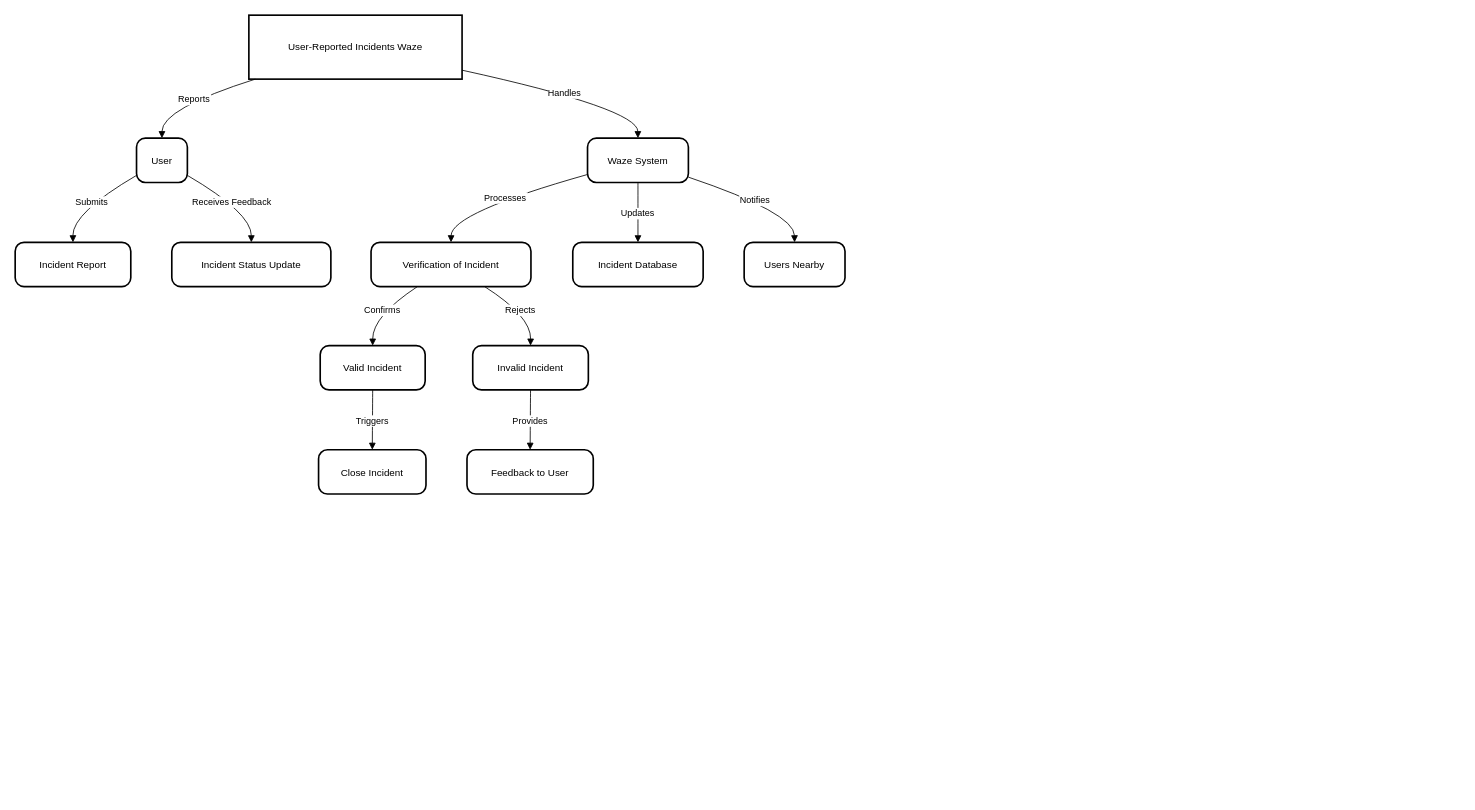
This is Diagrams/Requirement/Diagrama sem nome.drawio from luislamy/msp, a draw.io file, before an edit. Source tidied: cells renumbered, new cells numbered last; positions are measured from the earlier drawing's top-left corner, leaving out a move shared by most shapes. Both pictures are drawn from the tidied source at 82%, with x=0, y=0 at pixel (15, 15).
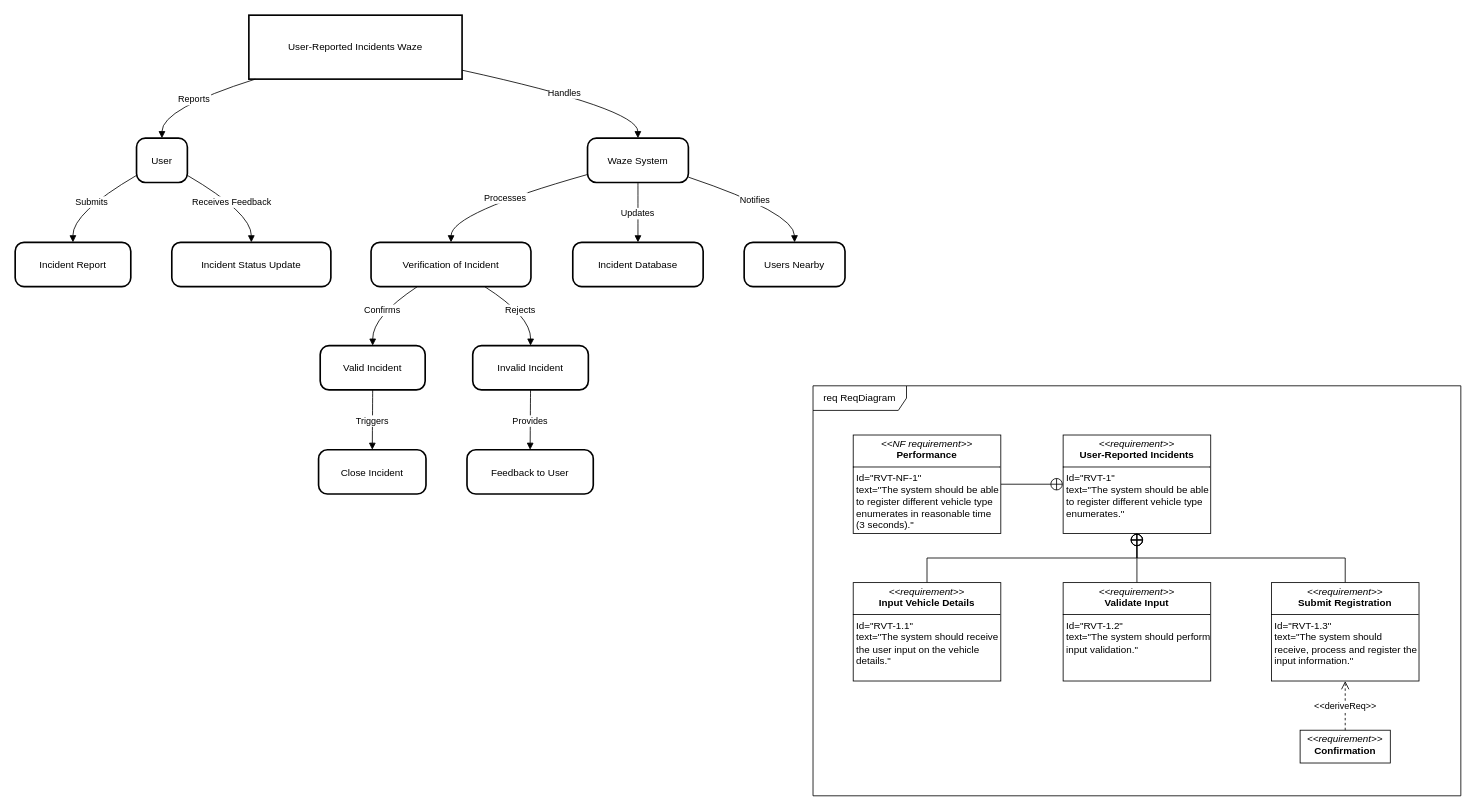
Above is the later version.

Diff of the diagram source:
```diff
@@
+    <mxCell id="25" value="req ReqDiagram" style="shape=umlFrame;whiteSpace=wrap;html=1;width=114;height=30;" parent="1" vertex="1">
+      <mxGeometry x="973" y="452" width="790" height="500" as="geometry" />
+    </mxCell>
+    <mxCell id="26" value="&lt;p style=&quot;margin:0px;margin-top:4px;text-align:center;&quot;&gt;&lt;i&gt;&amp;lt;&amp;lt;requirement&amp;gt;&amp;gt;&lt;/i&gt;&lt;br&gt;&lt;b&gt;User-Reported Incidents&lt;/b&gt;&lt;/p&gt;&lt;hr size=&quot;1&quot; style=&quot;border-style:solid;&quot;&gt;&lt;p style=&quot;margin:0px;margin-left:4px;&quot;&gt;Id=&quot;RVT-1&quot;&lt;/p&gt;&lt;p style=&quot;margin:0px;margin-left:4px;&quot;&gt;text=&quot;The system should be able to register different vehicle type enumerates.&quot;&lt;/p&gt;" style="verticalAlign=top;align=left;overflow=fill;html=1;whiteSpace=wrap;" parent="1" vertex="1">
+      <mxGeometry x="1278" y="512" width="180" height="120" as="geometry" />
+    </mxCell>
+    <mxCell id="27" style="edgeStyle=orthogonalEdgeStyle;rounded=0;jettySize=auto;html=1;exitX=1;exitY=0.5;exitDx=0;exitDy=0;entryX=0;entryY=0.5;entryDx=0;entryDy=0;endArrow=circlePlus;endFill=0;" parent="1" edge="1" source="28" target="26">
+      <mxGeometry relative="1" as="geometry" />
+    </mxCell>
+    <mxCell id="28" value="&lt;p style=&quot;margin:0px;margin-top:4px;text-align:center;&quot;&gt;&lt;i&gt;&amp;lt;&amp;lt;NF requirement&amp;gt;&amp;gt;&lt;/i&gt;&lt;br&gt;&lt;b&gt;Performance&lt;/b&gt;&lt;/p&gt;&lt;hr size=&quot;1&quot; style=&quot;border-style:solid;&quot;&gt;&lt;p style=&quot;margin:0px;margin-left:4px;&quot;&gt;Id=&quot;RVT-NF-1&quot;&lt;/p&gt;&lt;p style=&quot;margin:0px;margin-left:4px;&quot;&gt;text=&quot;The system should be able to register different vehicle type enumerates in reasonable time (3 seconds).&quot;&lt;/p&gt;" style="verticalAlign=top;align=left;overflow=fill;html=1;whiteSpace=wrap;" parent="1" vertex="1">
+      <mxGeometry x="1022" y="512" width="180" height="120" as="geometry" />
+    </mxCell>
+    <mxCell id="29" style="edgeStyle=orthogonalEdgeStyle;rounded=0;jettySize=auto;html=1;exitX=0.5;exitY=0;exitDx=0;exitDy=0;entryX=0.5;entryY=1;entryDx=0;entryDy=0;endArrow=circlePlus;endFill=0;" parent="1" edge="1" source="30" target="26">
+      <mxGeometry relative="1" as="geometry" />
+    </mxCell>
+    <mxCell id="30" value="&lt;p style=&quot;margin:0px;margin-top:4px;text-align:center;&quot;&gt;&lt;i&gt;&amp;lt;&amp;lt;requirement&amp;gt;&amp;gt;&lt;/i&gt;&lt;br&gt;&lt;b&gt;Input Vehicle Details&lt;/b&gt;&lt;/p&gt;&lt;hr size=&quot;1&quot; style=&quot;border-style:solid;&quot;&gt;&lt;p style=&quot;margin:0px;margin-left:4px;&quot;&gt;Id=&quot;RVT-1.1&quot;&lt;/p&gt;&lt;p style=&quot;margin:0px;margin-left:4px;&quot;&gt;text=&quot;The system should receive the user input on the vehicle details.&quot;&lt;/p&gt;" style="verticalAlign=top;align=left;overflow=fill;html=1;whiteSpace=wrap;" parent="1" vertex="1">
+      <mxGeometry x="1022" y="692" width="180" height="120" as="geometry" />
+    </mxCell>
+    <mxCell id="31" style="edgeStyle=orthogonalEdgeStyle;rounded=0;jettySize=auto;html=1;exitX=0.5;exitY=0;exitDx=0;exitDy=0;endArrow=circlePlus;endFill=0;" parent="1" edge="1" source="32">
+      <mxGeometry relative="1" as="geometry">
+        <mxPoint x="1367.7" y="632" as="targetPoint" />
+      </mxGeometry>
+    </mxCell>
+    <mxCell id="32" value="&lt;p style=&quot;margin:0px;margin-top:4px;text-align:center;&quot;&gt;&lt;i&gt;&amp;lt;&amp;lt;requirement&amp;gt;&amp;gt;&lt;/i&gt;&lt;br&gt;&lt;b&gt;Validate Input&lt;/b&gt;&lt;/p&gt;&lt;hr size=&quot;1&quot; style=&quot;border-style:solid;&quot;&gt;&lt;p style=&quot;margin:0px;margin-left:4px;&quot;&gt;Id=&quot;RVT-1.2&quot;&lt;/p&gt;&lt;p style=&quot;margin:0px;margin-left:4px;&quot;&gt;text=&quot;The system should perform input validation.&quot;&lt;/p&gt;" style="verticalAlign=top;align=left;overflow=fill;html=1;whiteSpace=wrap;" parent="1" vertex="1">
+      <mxGeometry x="1278" y="692" width="180" height="120" as="geometry" />
+    </mxCell>
+    <mxCell id="33" style="edgeStyle=orthogonalEdgeStyle;rounded=0;jettySize=auto;html=1;exitX=0.5;exitY=0;exitDx=0;exitDy=0;endArrow=circlePlus;endFill=0;" parent="1" edge="1" source="34" target="26">
+      <mxGeometry relative="1" as="geometry" />
+    </mxCell>
+    <mxCell id="34" value="&lt;p style=&quot;margin:0px;margin-top:4px;text-align:center;&quot;&gt;&lt;i&gt;&amp;lt;&amp;lt;requirement&amp;gt;&amp;gt;&lt;/i&gt;&lt;br&gt;&lt;b&gt;Submit Registration&lt;/b&gt;&lt;/p&gt;&lt;hr size=&quot;1&quot; style=&quot;border-style:solid;&quot;&gt;&lt;p style=&quot;margin:0px;margin-left:4px;&quot;&gt;Id=&quot;RVT-1.3&quot;&lt;/p&gt;&lt;p style=&quot;margin:0px;margin-left:4px;&quot;&gt;text=&quot;The system should receive, process and register the input information.&quot;&lt;/p&gt;" style="verticalAlign=top;align=left;overflow=fill;html=1;whiteSpace=wrap;" parent="1" vertex="1">
+      <mxGeometry x="1532" y="692" width="180" height="120" as="geometry" />
+    </mxCell>
+    <mxCell id="35" value="&lt;p style=&quot;margin: 4px 0px 0px;&quot;&gt;&lt;i&gt;&amp;lt;&amp;lt;requirement&amp;gt;&amp;gt;&lt;/i&gt;&lt;br&gt;&lt;b&gt;Confirmation&lt;/b&gt;&lt;/p&gt;" style="verticalAlign=middle;align=center;overflow=fill;html=1;whiteSpace=wrap;" parent="1" vertex="1">
+      <mxGeometry x="1567" y="872" width="110" height="40" as="geometry" />
+    </mxCell>
+    <mxCell id="36" value="&amp;lt;&amp;lt;deriveReq&amp;gt;&amp;gt;" style="html=1;verticalAlign=bottom;endArrow=open;dashed=1;endSize=8;curved=0;rounded=0;entryX=0.5;entryY=1;entryDx=0;entryDy=0;exitX=0.5;exitY=0;exitDx=0;exitDy=0;" parent="1" edge="1" source="35" target="34">
+      <mxGeometry x="-0.33" relative="1" as="geometry" />
+    </mxCell>
```
